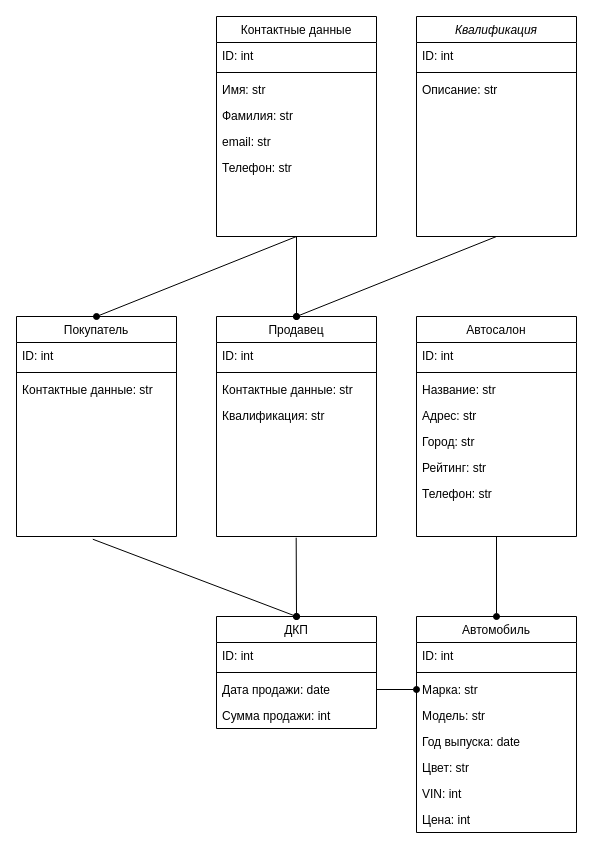
ChuvilkoDEV/BGTU keeps this draw.io diagram as BD/lab1/bd3.drawio. Above is the earlier version. Source tidied: cells renumbered, new cells numbered last; positions are measured from the earlier drawing's top-left corner, leaving out a move shared by most shapes. Both pictures are drawn from the tidied source at 100%, with x=0, y=0 at pixel (16, 16).
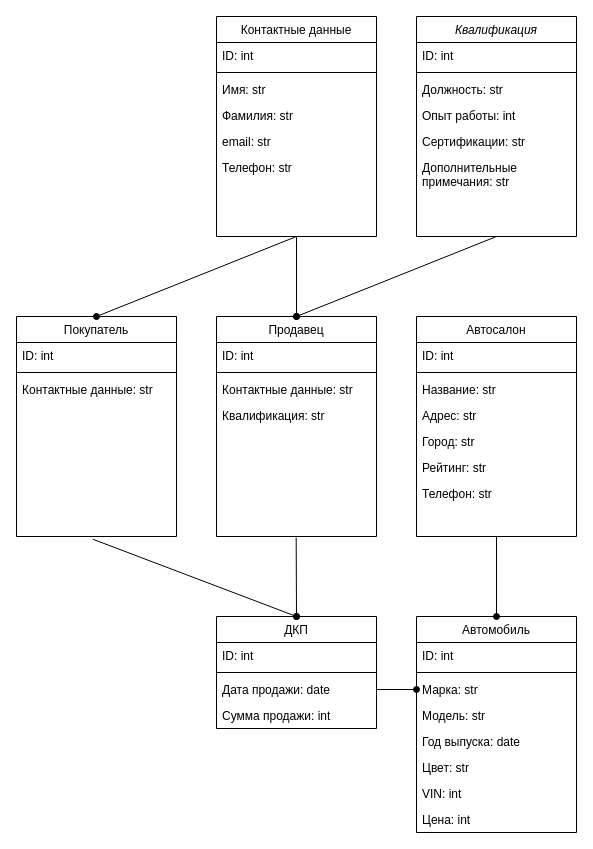
The same page after the edit.

Unchanged cells that the change refers to:
```xml
<mxCell id="2" value="Квалификация" style="swimlane;fontStyle=2;align=center;verticalAlign=top;horizontal=1;startSize=26;rounded=0;shadow=0;strokeWidth=1;" parent="1" vertex="1">
  <mxGeometry x="400" width="160" height="220" as="geometry" />
</mxCell>
```

What changed in the source:
```diff
@@
-    <mxCell id="5" value="Описание: str" style="text;align=left;verticalAlign=top;spacingLeft=4;spacingRight=4;overflow=hidden;" parent="2" vertex="1">
-      <mxGeometry y="60" width="160" height="26" as="geometry" />
-    </mxCell>
+    <mxCell id="51" value="Должность: str" style="text;align=left;verticalAlign=top;spacingLeft=4;spacingRight=4;overflow=hidden;" parent="2" vertex="1">
+      <mxGeometry y="60" width="160" height="26" as="geometry" />
+    </mxCell>
+    <mxCell id="52" value="Опыт работы: int" style="text;align=left;verticalAlign=top;spacingLeft=4;spacingRight=4;overflow=hidden;" parent="2" vertex="1">
+      <mxGeometry y="86" width="160" height="26" as="geometry" />
+    </mxCell>
+    <mxCell id="53" value="Сертификации: str&#10;" style="text;align=left;verticalAlign=top;spacingLeft=4;spacingRight=4;overflow=hidden;" parent="2" vertex="1">
+      <mxGeometry y="112" width="160" height="26" as="geometry" />
+    </mxCell>
+    <mxCell id="54" value="Дополнительные &#10;примечания: str" style="text;align=left;verticalAlign=top;spacingLeft=4;spacingRight=4;overflow=hidden;" parent="2" vertex="1">
+      <mxGeometry y="138" width="160" height="42" as="geometry" />
+    </mxCell>
```
